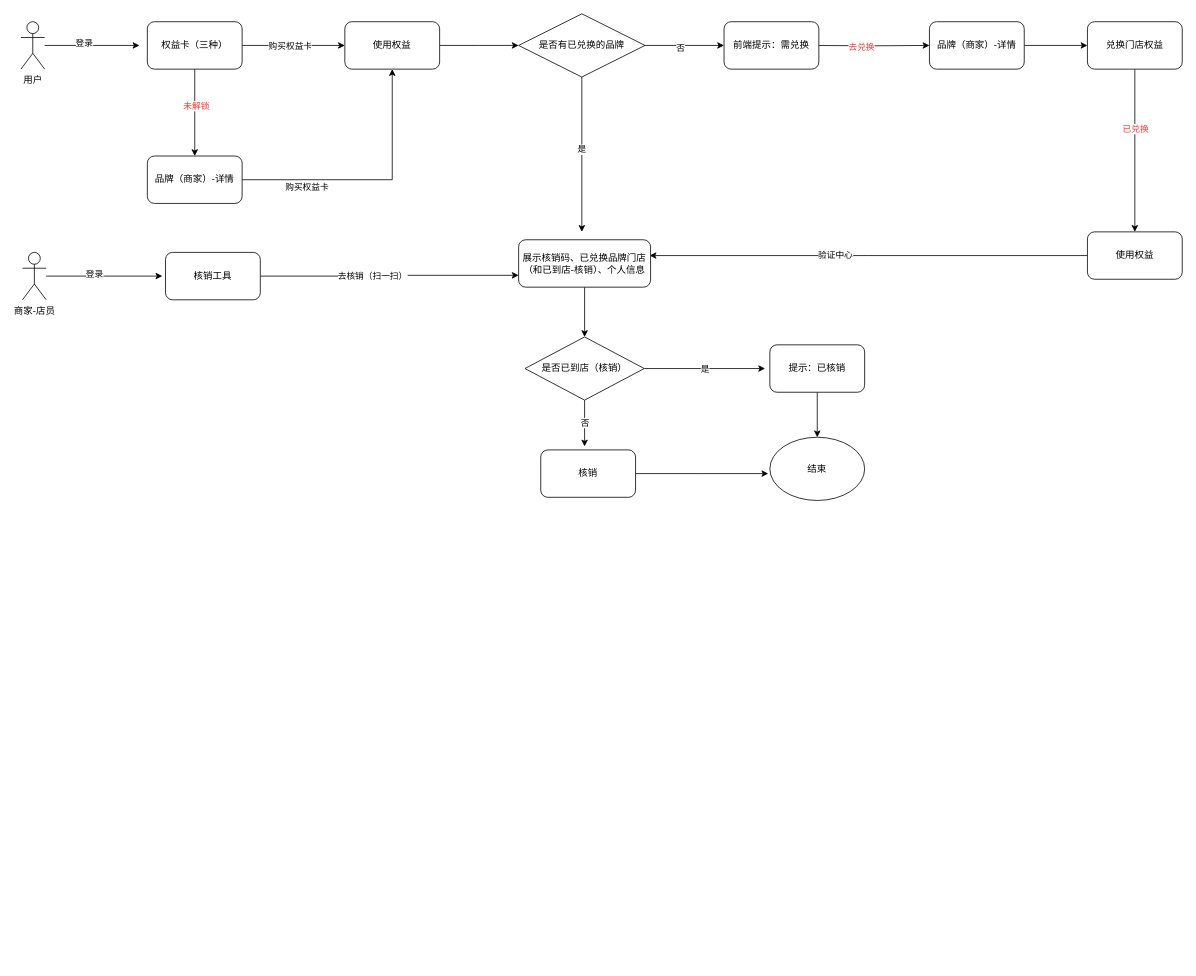
Before: 婚奢汇业务流程图/装修权益.drawio in YYB1024/myRemoteRepo, a draw.io diagram. Source tidied: cells renumbered, new cells numbered last; positions are measured from the earlier drawing's top-left corner, leaving out a move shared by most shapes. Both pictures are drawn from the tidied source at 79%, with x=0, y=0 at pixel (21, 13).
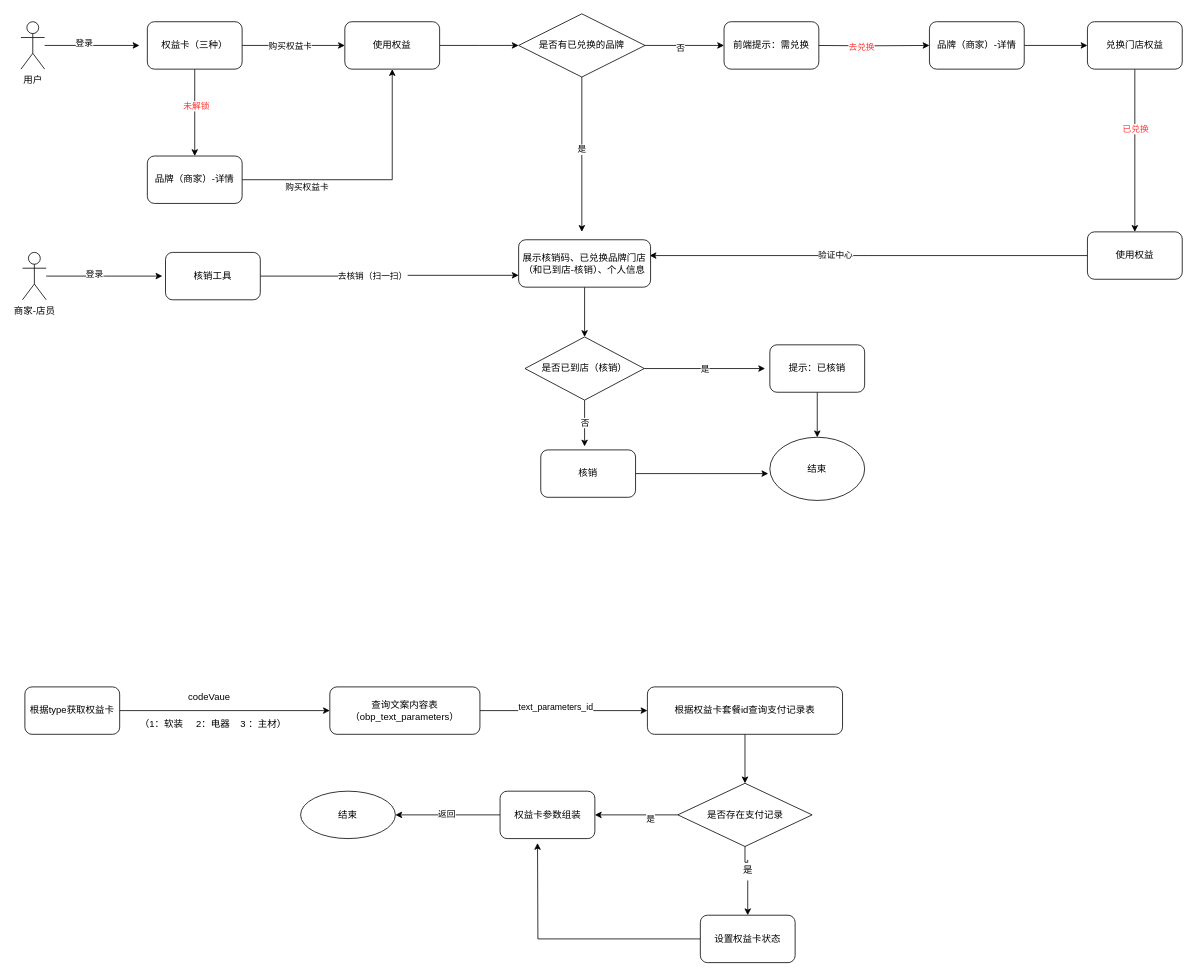
Above is the later version.

Commit message:
更新装修权益.drawio

The edit, as a diff of the source:
```diff
@@
+    <mxCell id="47" style="edgeStyle=orthogonalEdgeStyle;rounded=0;jettySize=auto;html=1;fontColor=#000000;" parent="1" edge="1" source="48" target="51">
+      <mxGeometry relative="1" as="geometry" />
+    </mxCell>
+    <mxCell id="48" value="根据type获取权益卡" style="rounded=1;whiteSpace=wrap;html=1;fontColor=#000000;" parent="1" vertex="1">
+      <mxGeometry x="5" y="852" width="120" height="60" as="geometry" />
+    </mxCell>
+    <mxCell id="49" style="edgeStyle=orthogonalEdgeStyle;rounded=0;jettySize=auto;html=1;fontColor=#000000;" parent="1" edge="1" source="51" target="54">
+      <mxGeometry relative="1" as="geometry" />
+    </mxCell>
+    <mxCell id="50" value="text_parameters_id" style="edgeLabel;html=1;align=center;verticalAlign=middle;fontColor=#000000;" parent="49" vertex="1">
+      <mxGeometry x="-0.1" y="5" relative="1" as="geometry" />
+    </mxCell>
+    <mxCell id="51" value="查询文案内容表（obp_text_parameters）" style="whiteSpace=wrap;html=1;fontColor=#000000;rounded=1;" parent="1" vertex="1">
+      <mxGeometry x="391" y="852" width="190" height="60" as="geometry" />
+    </mxCell>
+    <mxCell id="52" value="codeVaue" style="text;html=1;align=center;verticalAlign=middle;strokeColor=none;fillColor=none;fontColor=#000000;" parent="1" vertex="1">
+      <mxGeometry x="202" y="852" width="71" height="26" as="geometry" />
+    </mxCell>
+    <mxCell id="53" style="edgeStyle=orthogonalEdgeStyle;rounded=0;jettySize=auto;html=1;fontColor=#000000;" parent="1" edge="1" source="54" target="58">
+      <mxGeometry relative="1" as="geometry" />
+    </mxCell>
+    <mxCell id="54" value="根据权益卡套餐id查询支付记录表" style="whiteSpace=wrap;html=1;fontColor=#000000;rounded=1;" parent="1" vertex="1">
+      <mxGeometry x="793" y="852" width="247" height="60" as="geometry" />
+    </mxCell>
+    <mxCell id="55" style="edgeStyle=orthogonalEdgeStyle;rounded=0;jettySize=auto;html=1;fontColor=#000000;startArrow=none;" parent="1" edge="1" source="64" target="60">
+      <mxGeometry relative="1" as="geometry" />
+    </mxCell>
+    <mxCell id="56" style="edgeStyle=orthogonalEdgeStyle;rounded=0;jettySize=auto;html=1;fontColor=#000000;" parent="1" edge="1" source="58" target="63">
+      <mxGeometry relative="1" as="geometry" />
+    </mxCell>
+    <mxCell id="57" value="是" style="edgeLabel;html=1;align=center;verticalAlign=middle;fontColor=#000000;" parent="56" vertex="1">
+      <mxGeometry x="-0.34" y="4" relative="1" as="geometry" />
+    </mxCell>
+    <mxCell id="58" value="是否存在支付记录" style="rhombus;whiteSpace=wrap;html=1;fontColor=#000000;" parent="1" vertex="1">
+      <mxGeometry x="831.5" y="974" width="170" height="80" as="geometry" />
+    </mxCell>
+    <mxCell id="59" style="edgeStyle=orthogonalEdgeStyle;rounded=0;jettySize=auto;html=1;fontColor=#000000;" parent="1" edge="1" source="60">
+      <mxGeometry relative="1" as="geometry">
+        <mxPoint x="653.9" y="1049.6" as="targetPoint" />
+      </mxGeometry>
+    </mxCell>
+    <mxCell id="60" value="设置权益卡状态" style="rounded=1;whiteSpace=wrap;html=1;fontColor=#000000;" parent="1" vertex="1">
+      <mxGeometry x="860" y="1141" width="120" height="60" as="geometry" />
+    </mxCell>
+    <mxCell id="61" style="edgeStyle=orthogonalEdgeStyle;rounded=0;jettySize=auto;html=1;fontColor=#000000;" parent="1" edge="1" source="63" target="66">
+      <mxGeometry relative="1" as="geometry" />
+    </mxCell>
+    <mxCell id="62" value="返回" style="edgeLabel;html=1;align=center;verticalAlign=middle;fontColor=#000000;" parent="61" vertex="1">
+      <mxGeometry x="0.03" y="-2" relative="1" as="geometry" />
+    </mxCell>
+    <mxCell id="63" value="权益卡参数组装" style="rounded=1;whiteSpace=wrap;html=1;fontColor=#000000;" parent="1" vertex="1">
+      <mxGeometry x="606.5" y="984" width="120" height="60" as="geometry" />
+    </mxCell>
+    <mxCell id="64" value="是" style="text;html=1;align=center;verticalAlign=middle;points=[];strokeColor=none;fillColor=none;fontColor=#000000;" parent="1" vertex="1">
+      <mxGeometry x="905" y="1071" width="30" height="26" as="geometry" />
+    </mxCell>
+    <mxCell id="65" style="edgeStyle=orthogonalEdgeStyle;rounded=0;jettySize=auto;html=1;fontColor=#000000;endArrow=none;" parent="1" edge="1" source="58" target="64">
+      <mxGeometry relative="1" as="geometry" />
+    </mxCell>
+    <mxCell id="66" value="结束" style="ellipse;whiteSpace=wrap;html=1;fontColor=#000000;rounded=1;" parent="1" vertex="1">
+      <mxGeometry x="354" y="984" width="120" height="60" as="geometry" />
+    </mxCell>
+    <mxCell id="67" value="（1：软装&amp;nbsp; &amp;nbsp; &amp;nbsp;2：电器&amp;nbsp; &amp;nbsp; 3 ：主材）" style="text;html=1;align=center;verticalAlign=middle;strokeColor=none;fillColor=none;fontColor=#000000;" parent="1" vertex="1">
+      <mxGeometry x="141.5" y="886" width="203" height="26" as="geometry" />
+    </mxCell>
```
